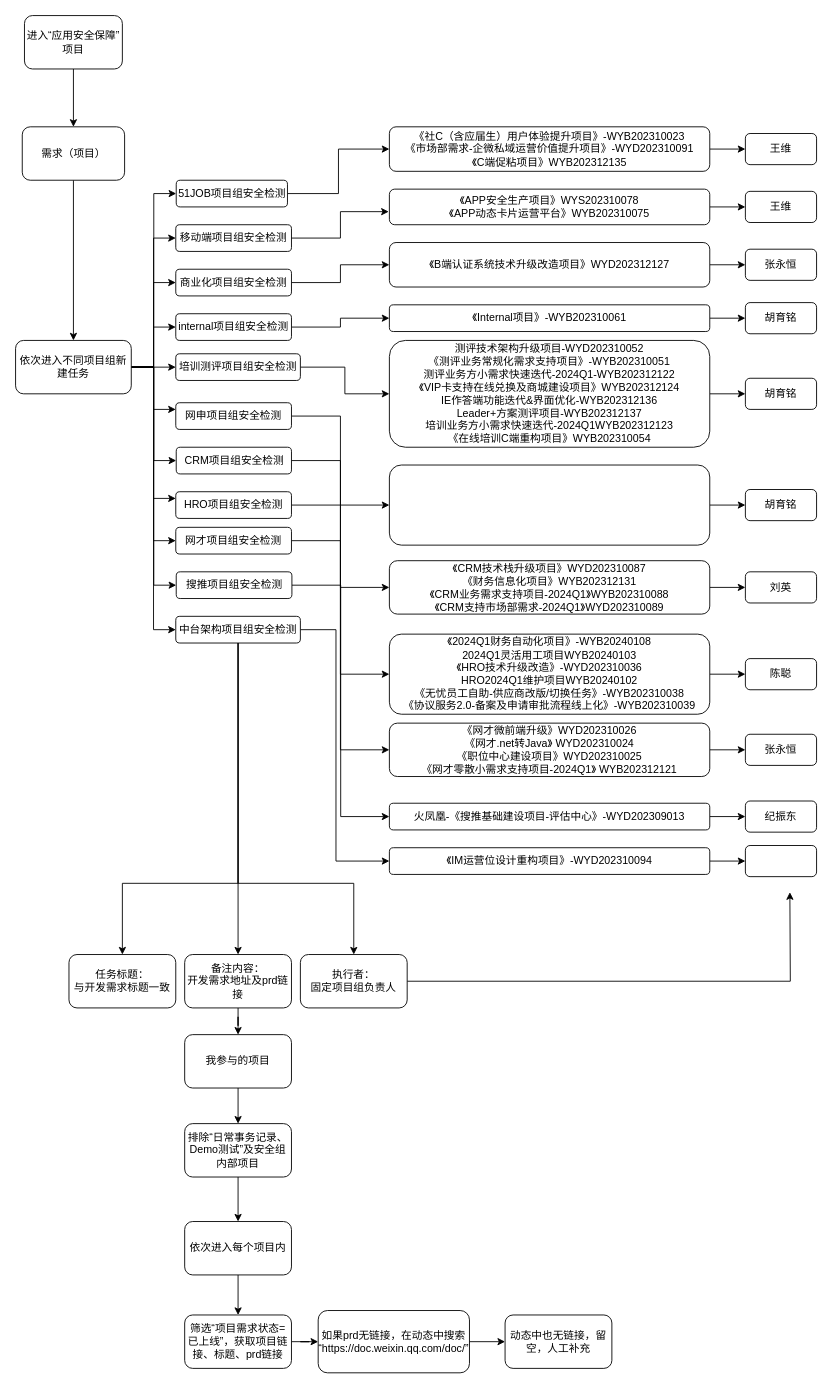
Above: tb项目新建.drawio in grayes/draw.io (draw.io), before the change. Source tidied: cells renumbered, new cells numbered last; positions are measured from the earlier drawing's top-left corner, leaving out a move shared by most shapes. Both pictures are drawn from the tidied source at 89%, with x=0, y=0 at pixel (15, 15).
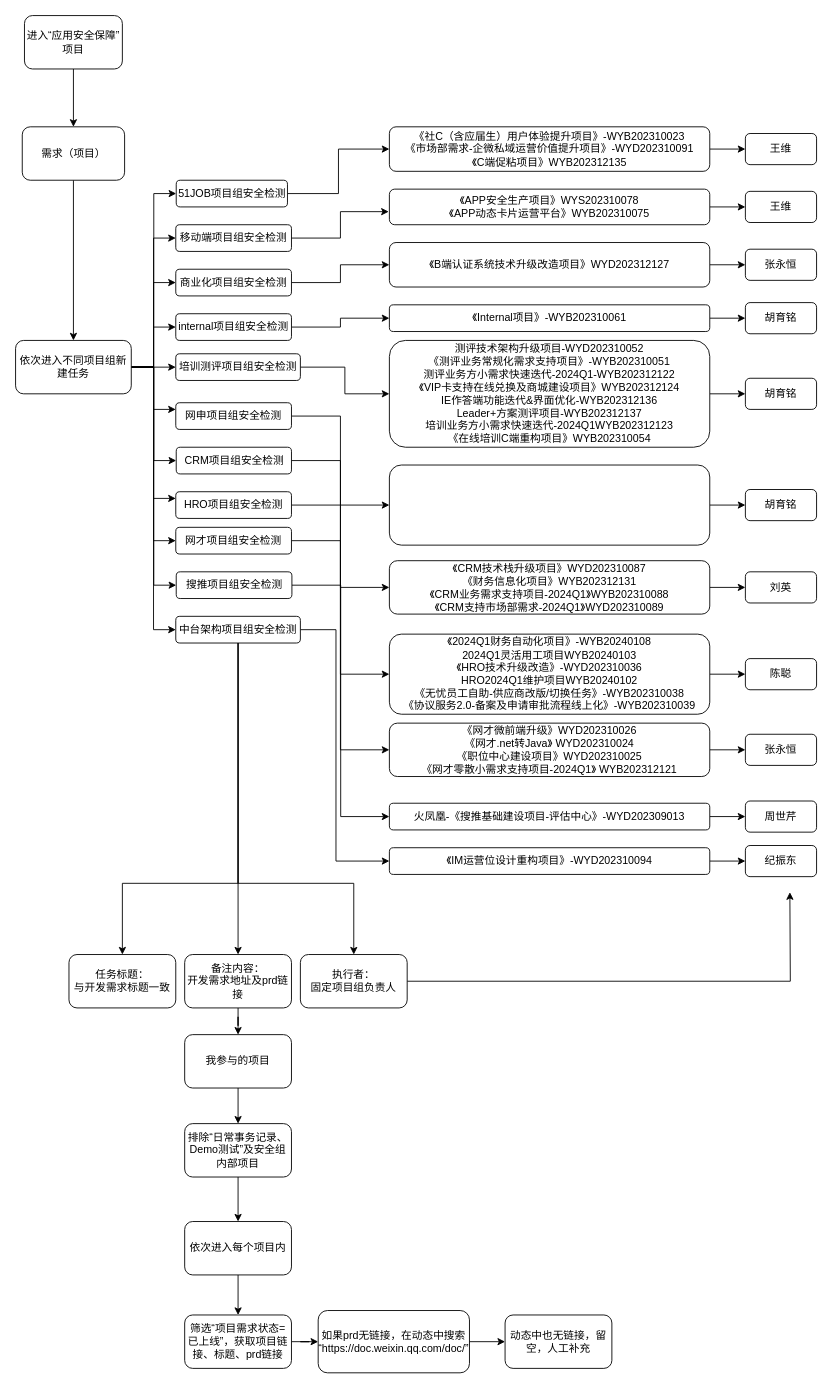
After the change.

Commit message:
更新tb项目新建.drawio

What changed in the source:
```diff
@@
-    <mxCell id="88" value="纪振东" style="whiteSpace=wrap;html=1;rounded=1;" parent="1" vertex="1">
+    <mxCell id="88" value="周世芹" style="whiteSpace=wrap;html=1;rounded=1;" parent="1" vertex="1">
       <mxGeometry x="820" y="882.5" width="80" height="35" as="geometry" />
     </mxCell>
-    <mxCell id="89" style="whiteSpace=wrap;html=1;rounded=1;" parent="1" vertex="1">
+    <mxCell id="89" value="纪振东" style="whiteSpace=wrap;html=1;rounded=1;" parent="1" vertex="1">
       <mxGeometry x="820" y="932.5" width="80" height="35" as="geometry" />
     </mxCell>
```
